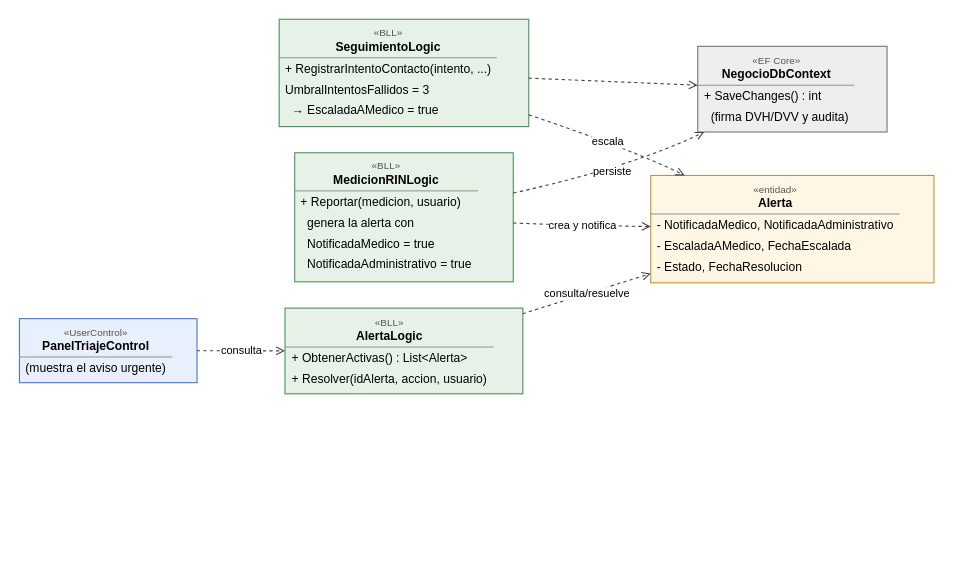
The draw.io diagram Diagramas/UC-07/UC-07 - Clases afectadas.drawio in DanteSchlogl/OpenRIN-corregido, before the edit. Source tidied: cells renumbered, new cells numbered last; positions are measured from the earlier drawing's top-left corner, leaving out a move shared by most shapes. Both pictures are drawn from the tidied source at 110%, with x=0, y=0 at pixel (19, 19).
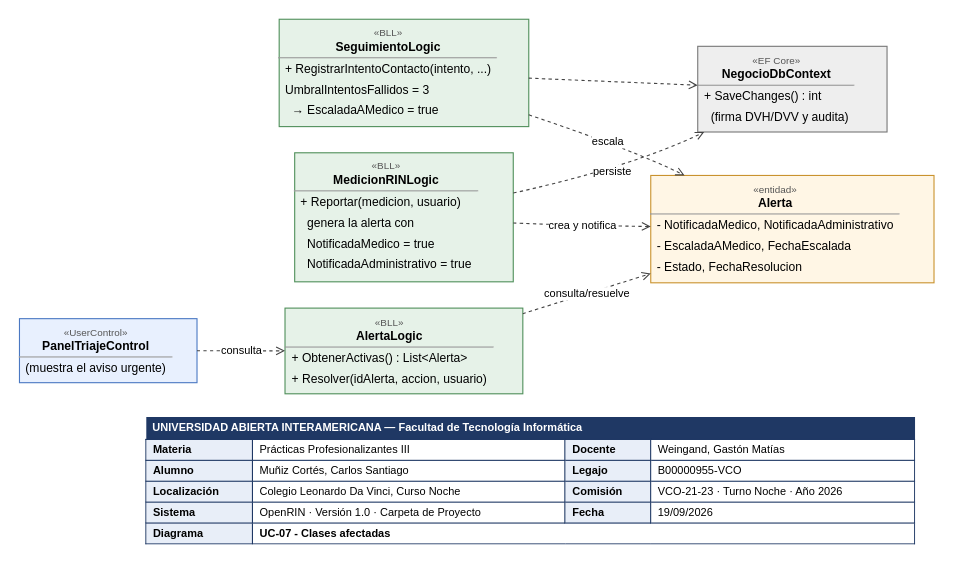
The same diagram, later.

Diff of the diagram source:
```diff
@@
 <mxGraphModel>
   <root>
     <mxCell id="0" />
     <mxCell id="1" parent="0" />
     <mxCell id="2" value="&lt;div style=&quot;font-family:Arial;font-size:11px;padding:3px 0 0 0;text-align:center;line-height:11px;font-size:9px;color:#555555;&quot;&gt;«BLL»&lt;/div&gt;&lt;div style=&quot;font-family:Arial;font-size:11px;padding:0 0 3px 0;text-align:center;line-height:13px;font-weight:bold;&quot;&gt;MedicionRINLogic&lt;/div&gt;&lt;hr style=&quot;margin:0;&quot; size=&quot;1&quot;/&gt;&lt;div style=&quot;font-family:Arial;font-size:11px;padding:3px 6px;line-height:13px;text-align:left;&quot;&gt;+ Reportar(medicion, usuario)&lt;/div&gt;&lt;div style=&quot;font-family:Arial;font-size:11px;padding:3px 6px;line-height:13px;text-align:left;&quot;&gt;&amp;#160;&amp;#160;genera la alerta con&lt;/div&gt;&lt;div style=&quot;font-family:Arial;font-size:11px;padding:3px 6px;line-height:13px;text-align:left;&quot;&gt;&amp;#160;&amp;#160;NotificadaMedico = true&lt;/div&gt;&lt;div style=&quot;font-family:Arial;font-size:11px;padding:3px 6px;line-height:13px;text-align:left;&quot;&gt;&amp;#160;&amp;#160;NotificadaAdministrativo = true&lt;/div&gt;" style="whiteSpace=wrap;html=1;align=left;verticalAlign=top;overflow=hidden;spacing=0;fillColor=#E6F2E8;strokeColor=#4F8F5A;" parent="1" vertex="1">
       <mxGeometry x="250.4" y="121.4" width="198.7" height="117.3" as="geometry" />
     </mxCell>
     <mxCell id="3" value="&lt;div style=&quot;font-family:Arial;font-size:11px;padding:3px 0 0 0;text-align:center;line-height:11px;font-size:9px;color:#555555;&quot;&gt;«BLL»&lt;/div&gt;&lt;div style=&quot;font-family:Arial;font-size:11px;padding:0 0 3px 0;text-align:center;line-height:13px;font-weight:bold;&quot;&gt;SeguimientoLogic&lt;/div&gt;&lt;hr style=&quot;margin:0;&quot; size=&quot;1&quot;/&gt;&lt;div style=&quot;font-family:Arial;font-size:11px;padding:3px 6px;line-height:13px;text-align:left;&quot;&gt;+ RegistrarIntentoContacto(intento, ...)&lt;/div&gt;&lt;div style=&quot;font-family:Arial;font-size:11px;padding:3px 6px;line-height:13px;text-align:left;&quot;&gt;UmbralIntentosFallidos = 3&lt;/div&gt;&lt;div style=&quot;font-family:Arial;font-size:11px;padding:3px 6px;line-height:13px;text-align:left;&quot;&gt;&amp;#160;&amp;#160;→ EscaladaAMedico = true&lt;/div&gt;" style="whiteSpace=wrap;html=1;align=left;verticalAlign=top;overflow=hidden;spacing=0;fillColor=#E6F2E8;strokeColor=#4F8F5A;" parent="1" vertex="1">
       <mxGeometry x="236.3" width="226.9" height="97.6" as="geometry" />
     </mxCell>
     <mxCell id="4" value="&lt;div style=&quot;font-family:Arial;font-size:11px;padding:3px 0 0 0;text-align:center;line-height:11px;font-size:9px;color:#555555;&quot;&gt;«BLL»&lt;/div&gt;&lt;div style=&quot;font-family:Arial;font-size:11px;padding:0 0 3px 0;text-align:center;line-height:13px;font-weight:bold;&quot;&gt;AlertaLogic&lt;/div&gt;&lt;hr style=&quot;margin:0;&quot; size=&quot;1&quot;/&gt;&lt;div style=&quot;font-family:Arial;font-size:11px;padding:3px 6px;line-height:13px;text-align:left;&quot;&gt;+ ObtenerActivas() : List&amp;lt;Alerta&amp;gt;&lt;/div&gt;&lt;div style=&quot;font-family:Arial;font-size:11px;padding:3px 6px;line-height:13px;text-align:left;&quot;&gt;+ Resolver(idAlerta, accion, usuario)&lt;/div&gt;" style="whiteSpace=wrap;html=1;align=left;verticalAlign=top;overflow=hidden;spacing=0;fillColor=#E6F2E8;strokeColor=#4F8F5A;" parent="1" vertex="1">
       <mxGeometry x="241.6" y="262.6" width="216.2" height="77.9" as="geometry" />
     </mxCell>
     <mxCell id="5" value="&lt;div style=&quot;font-family:Arial;font-size:11px;padding:3px 0 0 0;text-align:center;line-height:11px;font-size:9px;color:#555555;&quot;&gt;«UserControl»&lt;/div&gt;&lt;div style=&quot;font-family:Arial;font-size:11px;padding:0 0 3px 0;text-align:center;line-height:13px;font-weight:bold;&quot;&gt;PanelTriajeControl&lt;/div&gt;&lt;hr style=&quot;margin:0;&quot; size=&quot;1&quot;/&gt;&lt;div style=&quot;font-family:Arial;font-size:11px;padding:3px 6px;line-height:13px;text-align:left;&quot;&gt;(muestra el aviso urgente)&lt;/div&gt;" style="whiteSpace=wrap;html=1;align=left;verticalAlign=top;overflow=hidden;spacing=0;fillColor=#E8F0FE;strokeColor=#4A78C2;" parent="1" vertex="1">
       <mxGeometry x="0.2" y="272.2" width="161.4" height="58.2" as="geometry" />
     </mxCell>
     <mxCell id="6" value="&lt;div style=&quot;font-family:Arial;font-size:11px;padding:3px 0 0 0;text-align:center;line-height:11px;font-size:9px;color:#555555;&quot;&gt;«EF Core»&lt;/div&gt;&lt;div style=&quot;font-family:Arial;font-size:11px;padding:0 0 3px 0;text-align:center;line-height:13px;font-weight:bold;&quot;&gt;NegocioDbContext&lt;/div&gt;&lt;hr style=&quot;margin:0;&quot; size=&quot;1&quot;/&gt;&lt;div style=&quot;font-family:Arial;font-size:11px;padding:3px 6px;line-height:13px;text-align:left;&quot;&gt;+ SaveChanges() : int&lt;/div&gt;&lt;div style=&quot;font-family:Arial;font-size:11px;padding:3px 6px;line-height:13px;text-align:left;&quot;&gt;&amp;#160;&amp;#160;(firma DVH/DVV y audita)&lt;/div&gt;" style="whiteSpace=wrap;html=1;align=left;verticalAlign=top;overflow=hidden;spacing=0;fillColor=#EEEEEE;strokeColor=#777777;" parent="1" vertex="1">
       <mxGeometry x="616.8" y="24.6" width="172.1" height="77.9" as="geometry" />
     </mxCell>
     <mxCell id="7" value="&lt;div style=&quot;font-family:Arial;font-size:11px;padding:3px 0 0 0;text-align:center;line-height:11px;font-size:9px;color:#555555;&quot;&gt;«entidad»&lt;/div&gt;&lt;div style=&quot;font-family:Arial;font-size:11px;padding:0 0 3px 0;text-align:center;line-height:13px;font-weight:bold;&quot;&gt;Alerta&lt;/div&gt;&lt;hr style=&quot;margin:0;&quot; size=&quot;1&quot;/&gt;&lt;div style=&quot;font-family:Arial;font-size:11px;padding:3px 6px;line-height:13px;text-align:left;&quot;&gt;- NotificadaMedico, NotificadaAdministrativo&lt;/div&gt;&lt;div style=&quot;font-family:Arial;font-size:11px;padding:3px 6px;line-height:13px;text-align:left;&quot;&gt;- EscaladaAMedico, FechaEscalada&lt;/div&gt;&lt;div style=&quot;font-family:Arial;font-size:11px;padding:3px 6px;line-height:13px;text-align:left;&quot;&gt;- Estado, FechaResolucion&lt;/div&gt;" style="whiteSpace=wrap;html=1;align=left;verticalAlign=top;overflow=hidden;spacing=0;fillColor=#FFF6E5;strokeColor=#C9922E;" parent="1" vertex="1">
       <mxGeometry x="574.1" y="142" width="257.5" height="97.6" as="geometry" />
     </mxCell>
     <mxCell id="8" value="crea y notifica" style="html=1;rounded=0;curved=1;edgeStyle=none;strokeColor=#444444;fontSize=10;fontFamily=Arial;labelBackgroundColor=#FFFFFF;dashed=1;endArrow=open;endFill=0;startArrow=none;" parent="1" edge="1" source="2" target="7">
       <mxGeometry relative="1" as="geometry">
         <Array as="points">
           <mxPoint x="480.4" y="186.8" />
         </Array>
       </mxGeometry>
     </mxCell>
     <mxCell id="9" value="escala" style="html=1;rounded=0;curved=1;edgeStyle=none;strokeColor=#444444;fontSize=10;fontFamily=Arial;labelBackgroundColor=#FFFFFF;dashed=1;endArrow=open;endFill=0;startArrow=none;" parent="1" edge="1" source="3" target="7">
       <mxGeometry relative="1" as="geometry">
         <Array as="points">
           <mxPoint x="558.3" y="118.8" />
         </Array>
       </mxGeometry>
     </mxCell>
     <mxCell id="10" value="consulta/resuelve" style="html=1;rounded=0;curved=1;edgeStyle=none;strokeColor=#444444;fontSize=10;fontFamily=Arial;labelBackgroundColor=#FFFFFF;dashed=1;endArrow=open;endFill=0;startArrow=none;" parent="1" edge="1" source="4" target="7">
       <mxGeometry relative="1" as="geometry" />
     </mxCell>
     <mxCell id="11" value="persiste" style="html=1;rounded=0;curved=1;edgeStyle=none;strokeColor=#444444;fontSize=10;fontFamily=Arial;labelBackgroundColor=#FFFFFF;dashed=1;endArrow=open;endFill=0;startArrow=none;" parent="1" edge="1" source="2" target="6">
       <mxGeometry relative="1" as="geometry">
         <Array as="points">
           <mxPoint x="558.3" y="133.8" />
         </Array>
       </mxGeometry>
     </mxCell>
     <mxCell id="12" style="html=1;rounded=0;curved=1;edgeStyle=none;strokeColor=#444444;fontSize=10;fontFamily=Arial;labelBackgroundColor=#FFFFFF;dashed=1;endArrow=open;endFill=0;startArrow=none;" parent="1" edge="1" source="3" target="6">
       <mxGeometry relative="1" as="geometry" />
     </mxCell>
     <mxCell id="13" value="consulta" style="html=1;rounded=0;curved=1;edgeStyle=none;strokeColor=#444444;fontSize=10;fontFamily=Arial;labelBackgroundColor=#FFFFFF;dashed=1;endArrow=open;endFill=0;startArrow=none;" parent="1" edge="1" source="5" target="4">
       <mxGeometry relative="1" as="geometry" />
     </mxCell>
+    <mxCell id="14" value="&lt;table style=&quot;border-collapse:collapse;font-family:Arial;font-size:10px;width:700px;table-layout:auto;&quot;&gt;&lt;tr&gt;&lt;td colspan=&quot;4&quot; style=&quot;background:#1F3864;color:#FFFFFF;font-weight:bold;padding:4px 6px;&quot;&gt;UNIVERSIDAD ABIERTA INTERAMERICANA — Facultad de Tecnología Informática&lt;/td&gt;&lt;/tr&gt;&lt;tr&gt;&lt;td style=&quot;border:1px solid #1F3864;padding:3px 6px;font-weight:bold;background:#E8EEF8;white-space:nowrap;&quot;&gt;Materia&lt;/td&gt;&lt;td style=&quot;border:1px solid #1F3864;padding:3px 6px;&quot;&gt;Prácticas Profesionalizantes III&lt;/td&gt;&lt;td style=&quot;border:1px solid #1F3864;padding:3px 6px;font-weight:bold;background:#E8EEF8;white-space:nowrap;&quot;&gt;Docente&lt;/td&gt;&lt;td style=&quot;border:1px solid #1F3864;padding:3px 6px;&quot;&gt;Weingand, Gastón Matías&lt;/td&gt;&lt;/tr&gt;&lt;tr&gt;&lt;td style=&quot;border:1px solid #1F3864;padding:3px 6px;font-weight:bold;background:#E8EEF8;white-space:nowrap;&quot;&gt;Alumno&lt;/td&gt;&lt;td style=&quot;border:1px solid #1F3864;padding:3px 6px;&quot;&gt;Muñiz Cortés, Carlos Santiago&lt;/td&gt;&lt;td style=&quot;border:1px solid #1F3864;padding:3px 6px;font-weight:bold;background:#E8EEF8;white-space:nowrap;&quot;&gt;Legajo&lt;/td&gt;&lt;td style=&quot;border:1px solid #1F3864;padding:3px 6px;&quot;&gt;B00000955-VCO&lt;/td&gt;&lt;/tr&gt;&lt;tr&gt;&lt;td style=&quot;border:1px solid #1F3864;padding:3px 6px;font-weight:bold;background:#E8EEF8;white-space:nowrap;&quot;&gt;Localización&lt;/td&gt;&lt;td style=&quot;border:1px solid #1F3864;padding:3px 6px;&quot;&gt;Colegio Leonardo Da Vinci, Curso Noche&lt;/td&gt;&lt;td style=&quot;border:1px solid #1F3864;padding:3px 6px;font-weight:bold;background:#E8EEF8;white-space:nowrap;&quot;&gt;Comisión&lt;/td&gt;&lt;td style=&quot;border:1px solid #1F3864;padding:3px 6px;&quot;&gt;VCO-21-23 · Turno Noche · Año 2026&lt;/td&gt;&lt;/tr&gt;&lt;tr&gt;&lt;td style=&quot;border:1px solid #1F3864;padding:3px 6px;font-weight:bold;background:#E8EEF8;white-space:nowrap;&quot;&gt;Sistema&lt;/td&gt;&lt;td style=&quot;border:1px solid #1F3864;padding:3px 6px;&quot;&gt;OpenRIN · Versión 1.0 · Carpeta de Proyecto&lt;/td&gt;&lt;td style=&quot;border:1px solid #1F3864;padding:3px 6px;font-weight:bold;background:#E8EEF8;white-space:nowrap;&quot;&gt;Fecha&lt;/td&gt;&lt;td style=&quot;border:1px solid #1F3864;padding:3px 6px;&quot;&gt;19/09/2026&lt;/td&gt;&lt;/tr&gt;&lt;tr&gt;&lt;td style=&quot;border:1px solid #1F3864;padding:3px 6px;font-weight:bold;background:#E8EEF8;white-space:nowrap;&quot;&gt;Diagrama&lt;/td&gt;&lt;td colspan=&quot;3&quot; style=&quot;border:1px solid #1F3864;padding:3px 6px;font-weight:bold;&quot;&gt;UC-07 - Clases afectadas&lt;/td&gt;&lt;/tr&gt;&lt;/table&gt;" style="html=1;whiteSpace=wrap;overflow=hidden;align=left;verticalAlign=top;fillColor=#FFFFFF;strokeColor=none;spacing=0;" parent="1" vertex="1">
+      <mxGeometry x="114.5" y="357" width="700" height="136" as="geometry" />
+    </mxCell>
   </root>
 </mxGraphModel>
```
